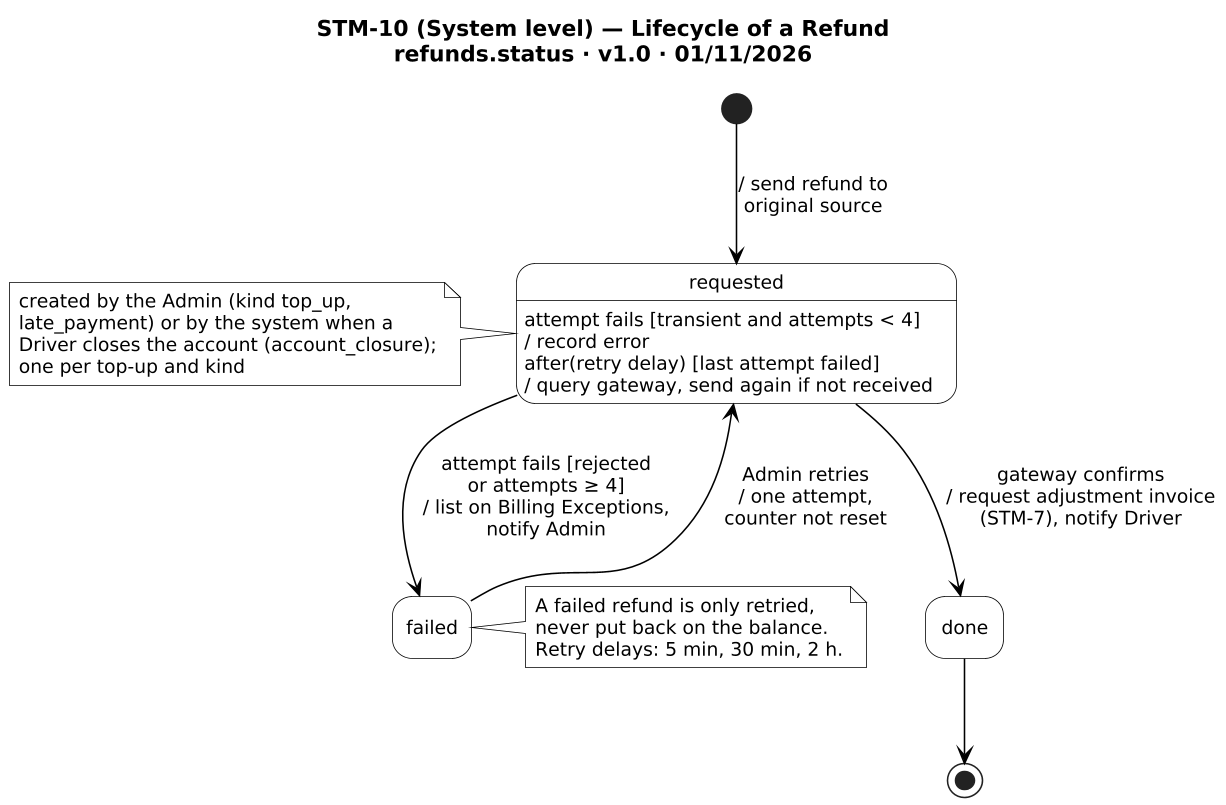
Earlier version of the PlantUML export diagrams/report4/state/STM-10/STM-10.png (PowerMeApp/powerme).
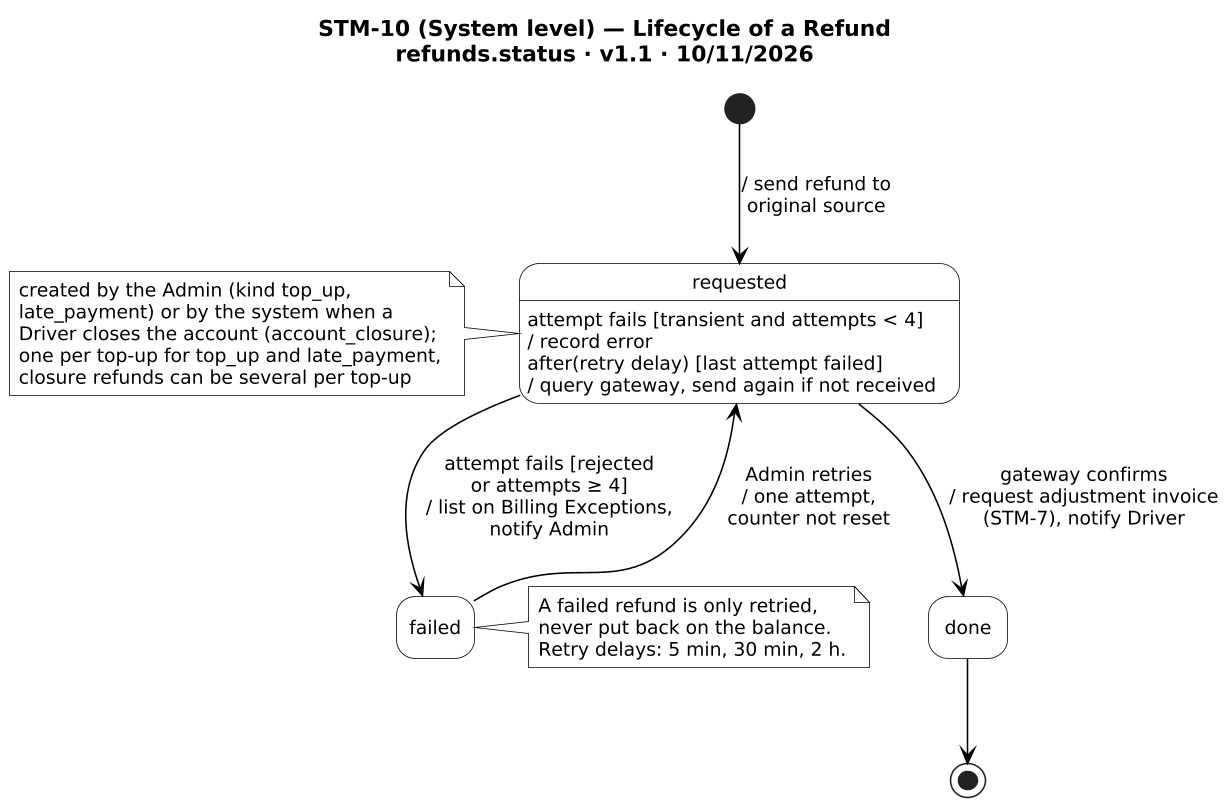
Later version of the same file.

What changed in the source:
```diff
@@ -1,13 +1,14 @@
 @startuml STM-10
 !include _style.iuml
-title STM-10 (System level) — Lifecycle of a Refund\nrefunds.status · v1.0 · 01/11/2026
+title STM-10 (System level) — Lifecycle of a Refund\nrefunds.status · v1.1 · 10/11/2026
 
 [*] --> requested : / send refund to\noriginal source
 note left of requested
   created by the Admin (kind top_up,
   late_payment) or by the system when a
   Driver closes the account (account_closure);
-  one per top-up and kind
+  one per top-up for top_up and late_payment,
+  closure refunds can be several per top-up
 end note
 requested : attempt fails [transient and attempts < 4]\n/ record error
 requested : after(retry delay) [last attempt failed]\n/ query gateway, send again if not received
```
